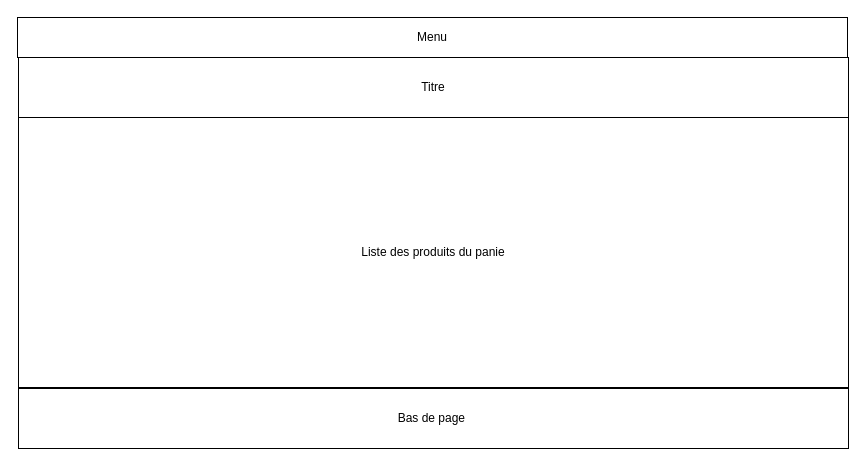
Earlier version of the draw.io diagram page "Page-1" (1 of 2) of Documentation/Maquette/panier.drawio (wdavid93/Ma_Boutique). Source tidied: cells renumbered, new cells numbered last; positions are measured from the earlier drawing's top-left corner, leaving out a move shared by most shapes. Both pictures are drawn from the tidied source at 100%, with x=0, y=0 at pixel (17, 17).
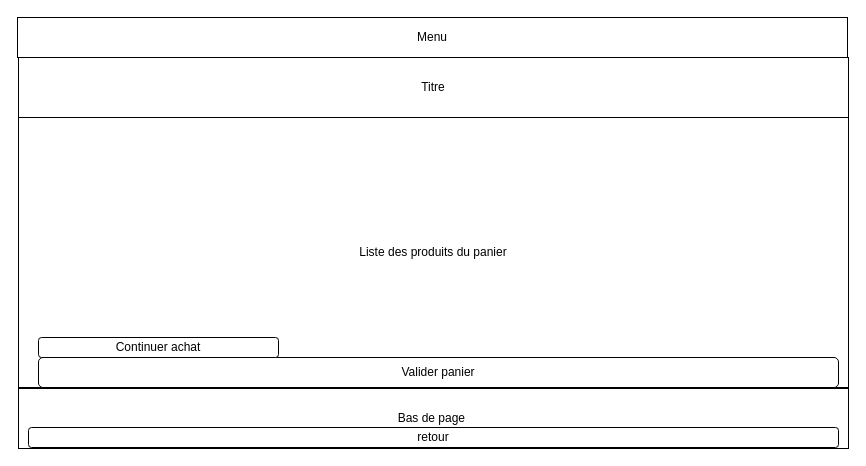
Above is the later version.

Diff of the diagram source:
```diff
@@
 <mxGraphModel>
   <root>
     <mxCell id="0" />
     <mxCell id="1" parent="0" />
     <mxCell id="2" value="Menu" style="whiteSpace=wrap;html=1;align=center;" parent="1" vertex="1">
       <mxGeometry width="830" height="40" as="geometry" />
     </mxCell>
     <mxCell id="3" value="Bas de page&amp;nbsp;" style="rounded=0;whiteSpace=wrap;html=1;" parent="1" vertex="1">
       <mxGeometry x="1" y="371" width="830" height="60" as="geometry" />
     </mxCell>
     <mxCell id="4" value="Titre" style="rounded=0;whiteSpace=wrap;html=1;" parent="1" vertex="1">
       <mxGeometry x="1" y="40" width="830" height="60" as="geometry" />
     </mxCell>
-    <mxCell id="5" value="Liste des produits du panie" style="rounded=0;whiteSpace=wrap;html=1;" parent="1" vertex="1">
+    <mxCell id="5" value="Liste des produits du panier" style="rounded=0;whiteSpace=wrap;html=1;" parent="1" vertex="1">
       <mxGeometry x="1" y="100" width="830" height="270" as="geometry" />
     </mxCell>
+    <mxCell id="6" value="Valider panier" style="rounded=1;whiteSpace=wrap;html=1;" parent="1" vertex="1">
+      <mxGeometry x="21" y="340" width="800" height="30" as="geometry" />
+    </mxCell>
+    <mxCell id="7" value="Continuer achat" style="rounded=1;whiteSpace=wrap;html=1;" parent="1" vertex="1">
+      <mxGeometry x="21" y="320" width="240" height="20" as="geometry" />
+    </mxCell>
+    <mxCell id="8" value="retour" style="rounded=1;whiteSpace=wrap;html=1;" parent="1" vertex="1">
+      <mxGeometry x="11" y="410" width="810" height="20" as="geometry" />
+    </mxCell>
   </root>
 </mxGraphModel>
```
